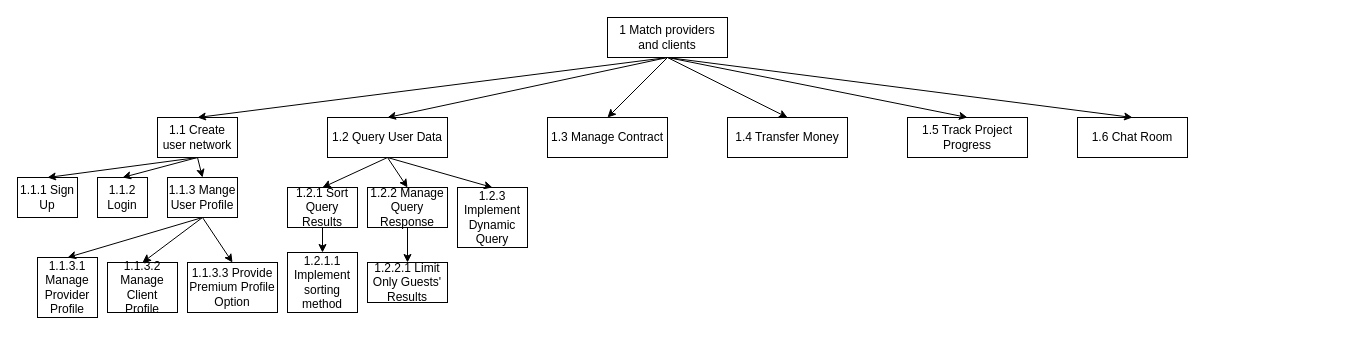
This is Design Documentation/Goal Hierarchy/Untitled Diagram.drawio from markomijovic/Agent-System-Matchmaking, a draw.io file, before an edit. Source tidied: cells renumbered, new cells numbered last; positions are measured from the earlier drawing's top-left corner, leaving out a move shared by most shapes. Both pictures are drawn from the tidied source at 100%, with x=0, y=0 at pixel (17, 17).
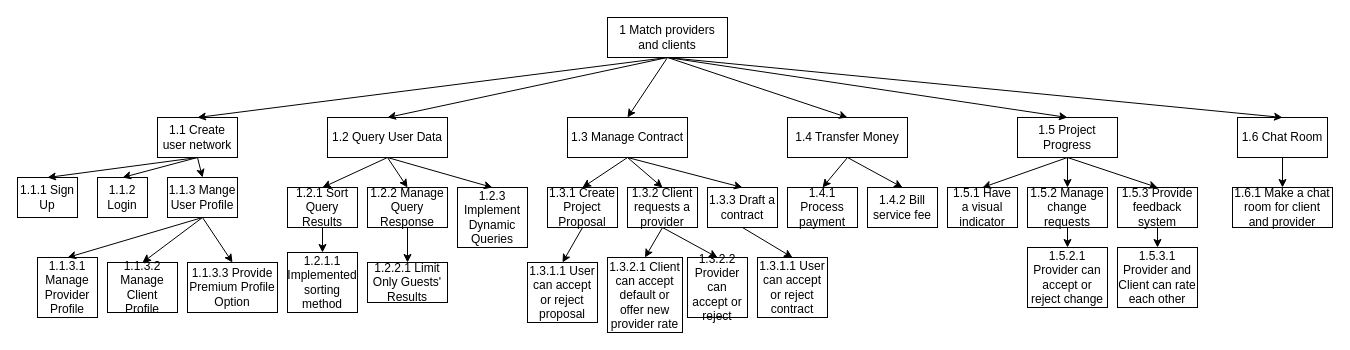
The same diagram, later.

What changed in the source:
```diff
@@
     <mxCell id="5" value="1.3 Manage Contract" style="rounded=0;whiteSpace=wrap;html=1;" parent="1" vertex="1">
-      <mxGeometry x="530" y="100" width="120" height="40" as="geometry" />
+      <mxGeometry x="550" y="100" width="120" height="40" as="geometry" />
     </mxCell>
     <mxCell id="6" value="1.4 Transfer Money" style="rounded=0;whiteSpace=wrap;html=1;" parent="1" vertex="1">
-      <mxGeometry x="710" y="100" width="120" height="40" as="geometry" />
+      <mxGeometry x="770" y="100" width="120" height="40" as="geometry" />
     </mxCell>
-    <mxCell id="7" value="1.5 Track Project Progress" style="rounded=0;whiteSpace=wrap;html=1;" parent="1" vertex="1">
-      <mxGeometry x="890" y="100" width="120" height="40" as="geometry" />
+    <mxCell id="7" value="1.5 Project Progress" style="rounded=0;whiteSpace=wrap;html=1;" parent="1" vertex="1">
+      <mxGeometry x="1000" y="100" width="100" height="40" as="geometry" />
     </mxCell>
@@
     <mxCell id="13" value="&lt;div&gt;1.6 Chat Room&lt;/div&gt;" style="rounded=0;whiteSpace=wrap;html=1;" parent="1" vertex="1">
-      <mxGeometry x="1060" y="100" width="110" height="40" as="geometry" />
+      <mxGeometry x="1220" y="100" width="90" height="40" as="geometry" />
     </mxCell>
@@
-    <mxCell id="25" value="1.2.1.1 Implement sorting method" style="rounded=0;whiteSpace=wrap;html=1;" parent="1" vertex="1">
+    <mxCell id="25" value="1.2.1.1 Implemented sorting method" style="rounded=0;whiteSpace=wrap;html=1;" parent="1" vertex="1">
       <mxGeometry x="270" y="235" width="70" height="60" as="geometry" />
     </mxCell>
@@
-    <mxCell id="32" value="1.2.3 Implement Dynamic Query" style="rounded=0;whiteSpace=wrap;html=1;" parent="1" vertex="1">
+    <mxCell id="32" value="1.2.3 Implement Dynamic Queries" style="rounded=0;whiteSpace=wrap;html=1;" parent="1" vertex="1">
       <mxGeometry x="440" y="170" width="70" height="60" as="geometry" />
     </mxCell>
@@
+    <mxCell id="37" value="1.3.1 Create Project Proposal" style="rounded=0;whiteSpace=wrap;html=1;" parent="1" vertex="1">
+      <mxGeometry x="530" y="170" width="70" height="40" as="geometry" />
+    </mxCell>
+    <mxCell id="38" value="1.3.1.1 User can accept or reject proposal" style="rounded=0;whiteSpace=wrap;html=1;" parent="1" vertex="1">
+      <mxGeometry x="510" y="245" width="70" height="60" as="geometry" />
+    </mxCell>
+    <mxCell id="39" style="endArrow=classic;html=1;rounded=0;exitX=0.5;exitY=1;exitDx=0;exitDy=0;entryX=0.5;entryY=0;entryDx=0;entryDy=0;" parent="1" edge="1" source="5" target="37">
+      <mxGeometry relative="1" as="geometry" />
+    </mxCell>
+    <mxCell id="40" style="endArrow=classic;html=1;rounded=0;exitX=0.5;exitY=1;exitDx=0;exitDy=0;entryX=0.5;entryY=0;entryDx=0;entryDy=0;" parent="1" edge="1" source="37" target="38">
+      <mxGeometry relative="1" as="geometry" />
+    </mxCell>
+    <mxCell id="41" value="1.3.2 Client requests a provider" style="rounded=0;whiteSpace=wrap;html=1;" parent="1" vertex="1">
+      <mxGeometry x="610" y="170" width="70" height="40" as="geometry" />
+    </mxCell>
+    <mxCell id="42" style="endArrow=classic;html=1;rounded=0;exitX=0.5;exitY=1;exitDx=0;exitDy=0;entryX=0.5;entryY=0;entryDx=0;entryDy=0;" parent="1" edge="1" source="5" target="41">
+      <mxGeometry relative="1" as="geometry" />
+    </mxCell>
+    <mxCell id="43" value="1.3.2.1 Client can accept default or offer new provider rate" style="rounded=0;whiteSpace=wrap;html=1;" parent="1" vertex="1">
+      <mxGeometry x="590" y="240" width="75" height="75" as="geometry" />
+    </mxCell>
+    <mxCell id="44" style="endArrow=classic;html=1;rounded=0;exitX=0.5;exitY=1;exitDx=0;exitDy=0;entryX=0.5;entryY=0;entryDx=0;entryDy=0;" parent="1" edge="1" source="41" target="43">
+      <mxGeometry relative="1" as="geometry" />
+    </mxCell>
+    <mxCell id="45" value="1.3.2.2 Provider can accept or reject" style="rounded=0;whiteSpace=wrap;html=1;" parent="1" vertex="1">
+      <mxGeometry x="670" y="240" width="60" height="60" as="geometry" />
+    </mxCell>
+    <mxCell id="46" style="endArrow=classic;html=1;rounded=0;exitX=0.5;exitY=1;exitDx=0;exitDy=0;entryX=0.5;entryY=0;entryDx=0;entryDy=0;" parent="1" edge="1" source="41" target="45">
+      <mxGeometry relative="1" as="geometry" />
+    </mxCell>
+    <mxCell id="47" value="1.3.3 Draft a contract" style="rounded=0;whiteSpace=wrap;html=1;" parent="1" vertex="1">
+      <mxGeometry x="690" y="170" width="70" height="40" as="geometry" />
+    </mxCell>
+    <mxCell id="48" value="1.3.1.1 User can accept or reject contract" style="rounded=0;whiteSpace=wrap;html=1;" parent="1" vertex="1">
+      <mxGeometry x="740" y="240" width="70" height="60" as="geometry" />
+    </mxCell>
+    <mxCell id="49" style="endArrow=classic;html=1;rounded=0;exitX=0.5;exitY=1;exitDx=0;exitDy=0;entryX=0.5;entryY=0;entryDx=0;entryDy=0;" parent="1" edge="1" source="47" target="48">
+      <mxGeometry relative="1" as="geometry" />
+    </mxCell>
+    <mxCell id="50" style="endArrow=classic;html=1;rounded=0;exitX=0.5;exitY=1;exitDx=0;exitDy=0;entryX=0.5;entryY=0;entryDx=0;entryDy=0;" parent="1" edge="1" source="5" target="47">
+      <mxGeometry relative="1" as="geometry" />
+    </mxCell>
+    <mxCell id="51" value="1.4.1 Process payment" style="rounded=0;whiteSpace=wrap;html=1;" parent="1" vertex="1">
+      <mxGeometry x="770" y="170" width="70" height="40" as="geometry" />
+    </mxCell>
+    <mxCell id="52" value="1.4.2 Bill service fee" style="rounded=0;whiteSpace=wrap;html=1;" parent="1" vertex="1">
+      <mxGeometry x="850" y="170" width="70" height="40" as="geometry" />
+    </mxCell>
+    <mxCell id="53" style="endArrow=classic;html=1;rounded=0;exitX=0.5;exitY=1;exitDx=0;exitDy=0;entryX=0.5;entryY=0;entryDx=0;entryDy=0;" parent="1" edge="1" source="6" target="51">
+      <mxGeometry relative="1" as="geometry" />
+    </mxCell>
+    <mxCell id="54" style="endArrow=classic;html=1;rounded=0;exitX=0.5;exitY=1;exitDx=0;exitDy=0;entryX=0.5;entryY=0;entryDx=0;entryDy=0;" parent="1" edge="1" source="6" target="52">
+      <mxGeometry relative="1" as="geometry" />
+    </mxCell>
+    <mxCell id="55" value="1.5.1 Have a visual indicator" style="rounded=0;whiteSpace=wrap;html=1;" parent="1" vertex="1">
+      <mxGeometry x="930" y="170" width="70" height="40" as="geometry" />
+    </mxCell>
+    <mxCell id="56" value="1.5.2 Manage change requests" style="rounded=0;whiteSpace=wrap;html=1;" parent="1" vertex="1">
+      <mxGeometry x="1010" y="170" width="80" height="40" as="geometry" />
+    </mxCell>
+    <mxCell id="57" value="1.5.3 Provide feedback system" style="rounded=0;whiteSpace=wrap;html=1;" parent="1" vertex="1">
+      <mxGeometry x="1100" y="170" width="80" height="40" as="geometry" />
+    </mxCell>
+    <mxCell id="58" value="1.6.1 Make a chat room for client and provider" style="rounded=0;whiteSpace=wrap;html=1;" parent="1" vertex="1">
+      <mxGeometry x="1215" y="170" width="100" height="40" as="geometry" />
+    </mxCell>
+    <mxCell id="59" value="1.5.2.1 Provider can accept or reject change" style="rounded=0;whiteSpace=wrap;html=1;" parent="1" vertex="1">
+      <mxGeometry x="1010" y="230" width="80" height="60" as="geometry" />
+    </mxCell>
+    <mxCell id="60" value="1.5.3.1 Provider and Client can rate each other" style="rounded=0;whiteSpace=wrap;html=1;" parent="1" vertex="1">
+      <mxGeometry x="1100" y="230" width="80" height="60" as="geometry" />
+    </mxCell>
+    <mxCell id="61" style="endArrow=classic;html=1;rounded=0;exitX=0.5;exitY=1;exitDx=0;exitDy=0;entryX=0.5;entryY=0;entryDx=0;entryDy=0;" parent="1" edge="1" source="7" target="55">
+      <mxGeometry relative="1" as="geometry" />
+    </mxCell>
+    <mxCell id="62" style="endArrow=classic;html=1;rounded=0;exitX=0.5;exitY=1;exitDx=0;exitDy=0;entryX=0.5;entryY=0;entryDx=0;entryDy=0;" parent="1" edge="1" source="7" target="56">
+      <mxGeometry relative="1" as="geometry" />
+    </mxCell>
+    <mxCell id="63" style="endArrow=classic;html=1;rounded=0;exitX=0.5;exitY=1;exitDx=0;exitDy=0;entryX=0.5;entryY=0;entryDx=0;entryDy=0;" parent="1" edge="1" source="7" target="57">
+      <mxGeometry relative="1" as="geometry" />
+    </mxCell>
+    <mxCell id="64" style="endArrow=classic;html=1;rounded=0;exitX=0.5;exitY=1;exitDx=0;exitDy=0;entryX=0.5;entryY=0;entryDx=0;entryDy=0;" parent="1" edge="1" source="56" target="59">
+      <mxGeometry relative="1" as="geometry" />
+    </mxCell>
+    <mxCell id="65" style="endArrow=classic;html=1;rounded=0;exitX=0.5;exitY=1;exitDx=0;exitDy=0;entryX=0.5;entryY=0;entryDx=0;entryDy=0;" parent="1" edge="1" source="57" target="60">
+      <mxGeometry relative="1" as="geometry" />
+    </mxCell>
+    <mxCell id="66" style="endArrow=classic;html=1;rounded=0;exitX=0.5;exitY=1;exitDx=0;exitDy=0;entryX=0.5;entryY=0;entryDx=0;entryDy=0;" parent="1" edge="1" source="13" target="58">
+      <mxGeometry relative="1" as="geometry" />
+    </mxCell>
```
